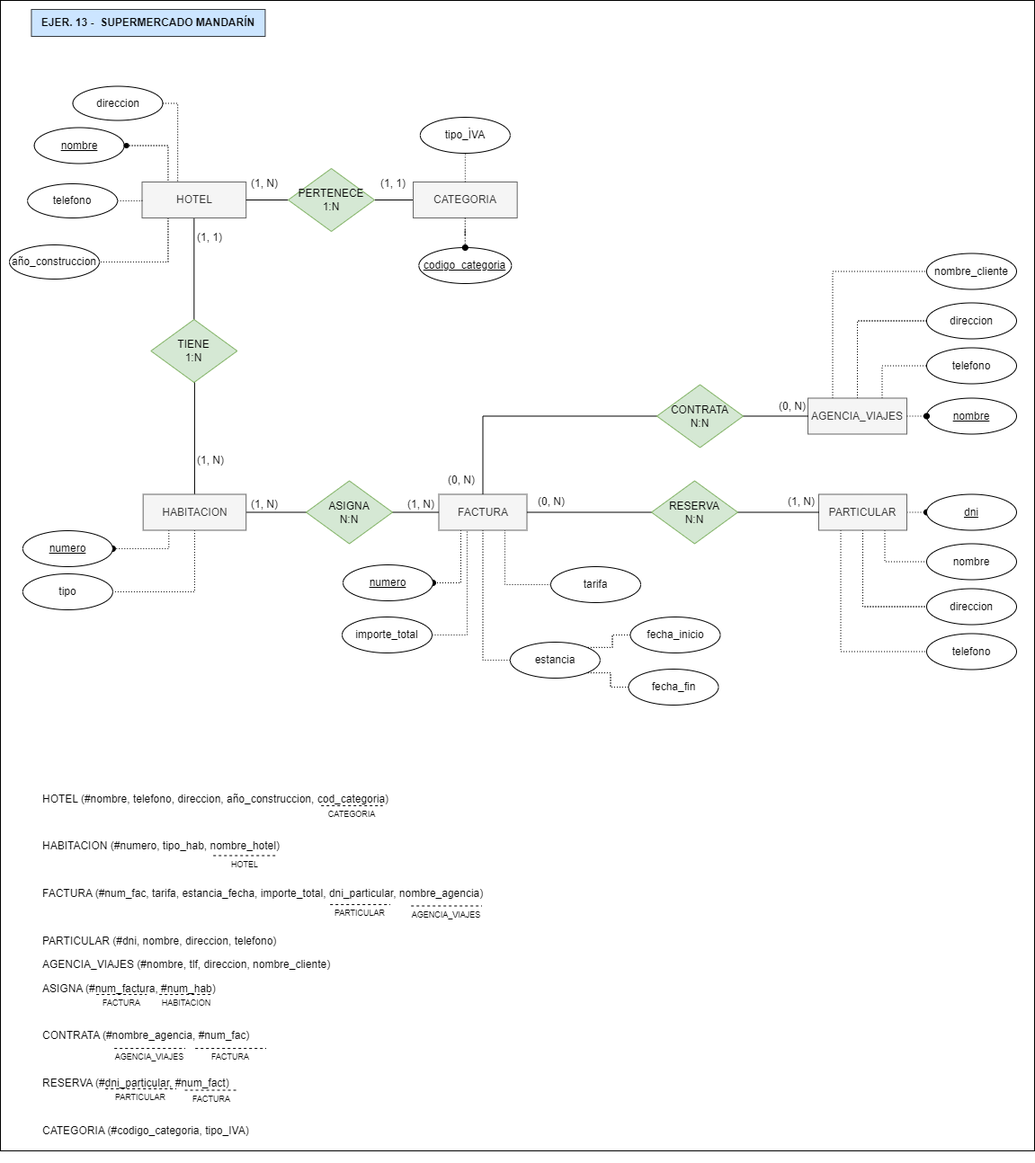
Earlier version of the draw.io export ejer14_cadena_hoteles.png (mdrp93/BASE-DE-DATOS). Source tidied: cells renumbered, new cells last; positions are measured from the earlier drawing's top-left corner, leaving out a move shared by most shapes.
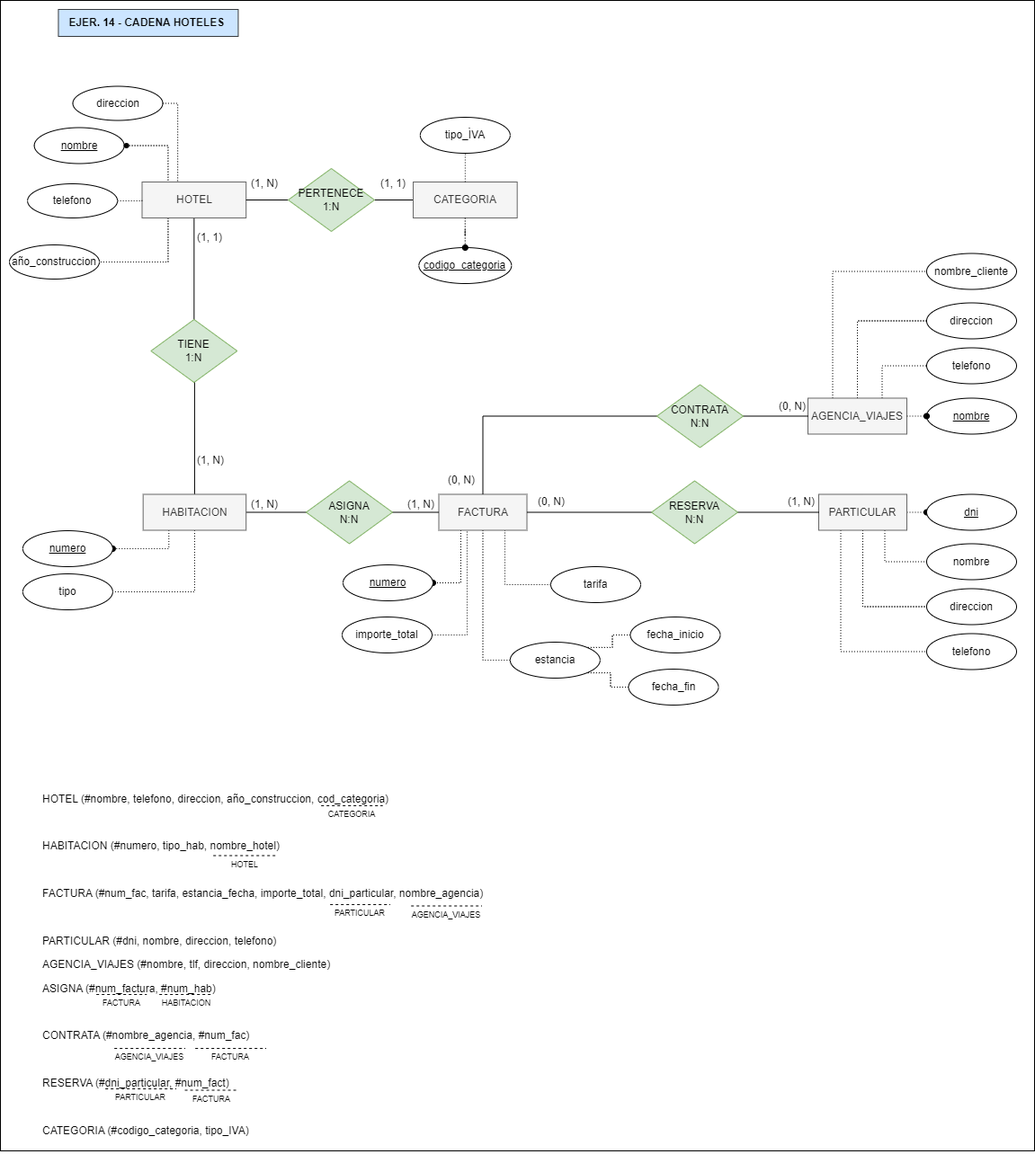
The same file after the commit.

Change to the diagram source:
```diff
@@ -39,8 +39,8 @@
         <mxPoint x="74.9" y="394" as="targetPoint" />
       </mxGeometry>
     </mxCell>
-    <mxCell id="12" value="EJER. 13 -&amp;nbsp; SUPERMERCADO MANDARÍN" style="text;html=1;align=center;verticalAlign=middle;strokeColor=#36393d;fillColor=#cce5ff;fontStyle=1;fontSize=12;" parent="1" vertex="1">
-      <mxGeometry x="34.4" y="10" width="260" height="30" as="geometry" />
+    <mxCell id="12" value="EJER. 14 - CADENA HOTELES&amp;nbsp;" style="text;html=1;align=center;verticalAlign=middle;strokeColor=#36393d;fillColor=#cce5ff;fontStyle=1;fontSize=12;" parent="1" vertex="1">
+      <mxGeometry x="64.4" y="10" width="200" height="30" as="geometry" />
     </mxCell>
     <mxCell id="13" style="edgeStyle=orthogonalEdgeStyle;rounded=0;orthogonalLoop=1;jettySize=auto;html=1;exitX=0;exitY=0.5;exitDx=0;exitDy=0;entryX=1;entryY=0.5;entryDx=0;entryDy=0;endArrow=none;endFill=0;startArrow=none;startFill=0;strokeColor=none;" parent="1" edge="1">
       <mxGeometry relative="1" as="geometry">
```
